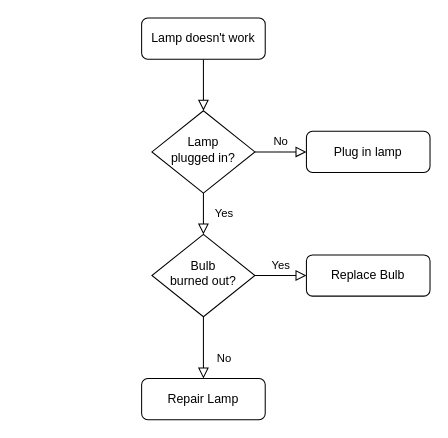
The draw.io diagram 제목 없는 다이어그램.drawio in ehdcjf/py-lecture, before the edit. Source tidied: cells renumbered, new cells numbered last; positions are measured from the earlier drawing's top-left corner, leaving out a move shared by most shapes. Both pictures are drawn from the tidied source at 103%, with x=0, y=0 at pixel (141, 18).
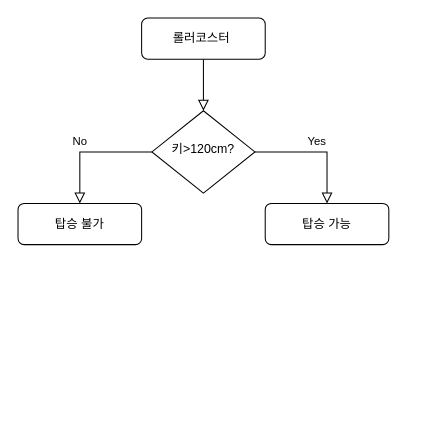
The same page after the edit.

Commit message (it also covers changes not shown here):
제목 없는 다이어그램.drawio 업데이트

Change to the diagram source:
```diff
@@
 <mxGraphModel>
   <root>
     <mxCell id="0" />
     <mxCell id="1" parent="0" />
     <mxCell id="2" style="rounded=0;html=1;jettySize=auto;fontSize=11;endArrow=block;endFill=0;endSize=8;strokeWidth=1;shadow=0;labelBackgroundColor=none;edgeStyle=orthogonalEdgeStyle;" parent="1" edge="1" source="3" target="6">
       <mxGeometry relative="1" as="geometry" />
     </mxCell>
-    <mxCell id="3" value="Lamp doesn't work" style="rounded=1;whiteSpace=wrap;html=1;fontSize=12;glass=0;strokeWidth=1;shadow=0;" parent="1" vertex="1">
+    <mxCell id="3" value="롤러코스터&amp;nbsp;" style="rounded=1;whiteSpace=wrap;html=1;fontSize=12;glass=0;strokeWidth=1;shadow=0;" parent="1" vertex="1">
       <mxGeometry width="120" height="40" as="geometry" />
     </mxCell>
-    <mxCell id="4" value="Yes" style="rounded=0;html=1;jettySize=auto;fontSize=11;endArrow=block;endFill=0;endSize=8;strokeWidth=1;shadow=0;labelBackgroundColor=none;edgeStyle=orthogonalEdgeStyle;" parent="1" edge="1" source="6" target="10">
-      <mxGeometry y="20" relative="1" as="geometry" />
-    </mxCell>
-    <mxCell id="5" value="No" style="edgeStyle=orthogonalEdgeStyle;rounded=0;html=1;jettySize=auto;fontSize=11;endArrow=block;endFill=0;endSize=8;strokeWidth=1;shadow=0;labelBackgroundColor=none;" parent="1" edge="1" source="6" target="7">
-      <mxGeometry y="10" relative="1" as="geometry" />
+    <mxCell id="5" value="No" style="edgeStyle=orthogonalEdgeStyle;rounded=0;html=1;jettySize=auto;fontSize=11;endArrow=block;endFill=0;endSize=8;strokeWidth=1;shadow=0;labelBackgroundColor=none;exitX=0;exitY=0.5;exitDx=0;exitDy=0;" parent="1" edge="1" source="6" target="7">
+      <mxGeometry x="0.17" y="-10" relative="1" as="geometry">
+        <mxPoint x="10" y="-10" as="offset" />
+      </mxGeometry>
     </mxCell>
-    <mxCell id="6" value="Lamp&lt;br&gt;plugged in?" style="rhombus;whiteSpace=wrap;html=1;shadow=0;fontFamily=Helvetica;fontSize=12;align=center;strokeWidth=1;spacing=6;spacingTop=-4;" parent="1" vertex="1">
+    <mxCell id="6" value="키&amp;gt;120cm?" style="rhombus;whiteSpace=wrap;html=1;shadow=0;fontFamily=Helvetica;fontSize=12;align=center;strokeWidth=1;spacing=6;spacingTop=-4;" parent="1" vertex="1">
       <mxGeometry x="10" y="90" width="100" height="80" as="geometry" />
     </mxCell>
-    <mxCell id="7" value="Plug in lamp" style="rounded=1;whiteSpace=wrap;html=1;fontSize=12;glass=0;strokeWidth=1;shadow=0;" parent="1" vertex="1">
-      <mxGeometry x="160" y="110" width="120" height="40" as="geometry" />
+    <mxCell id="7" value="탑승 불가" style="rounded=1;whiteSpace=wrap;html=1;fontSize=12;glass=0;strokeWidth=1;shadow=0;" parent="1" vertex="1">
+      <mxGeometry x="-120" y="180" width="120" height="40" as="geometry" />
     </mxCell>
-    <mxCell id="8" value="No" style="rounded=0;html=1;jettySize=auto;fontSize=11;endArrow=block;endFill=0;endSize=8;strokeWidth=1;shadow=0;labelBackgroundColor=none;edgeStyle=orthogonalEdgeStyle;" parent="1" edge="1" source="10" target="11">
-      <mxGeometry x="0.33" y="20" relative="1" as="geometry" />
-    </mxCell>
-    <mxCell id="9" value="Yes" style="edgeStyle=orthogonalEdgeStyle;rounded=0;html=1;jettySize=auto;fontSize=11;endArrow=block;endFill=0;endSize=8;strokeWidth=1;shadow=0;labelBackgroundColor=none;" parent="1" edge="1" source="10" target="12">
+    <mxCell id="9" value="Yes" style="edgeStyle=orthogonalEdgeStyle;rounded=0;html=1;jettySize=auto;fontSize=11;endArrow=block;endFill=0;endSize=8;strokeWidth=1;shadow=0;labelBackgroundColor=none;exitX=1;exitY=0.5;exitDx=0;exitDy=0;" parent="1" edge="1" source="6" target="12">
       <mxGeometry y="10" relative="1" as="geometry" />
     </mxCell>
-    <mxCell id="10" value="Bulb&lt;br&gt;burned out?" style="rhombus;whiteSpace=wrap;html=1;shadow=0;fontFamily=Helvetica;fontSize=12;align=center;strokeWidth=1;spacing=6;spacingTop=-4;" parent="1" vertex="1">
-      <mxGeometry x="10" y="210" width="100" height="80" as="geometry" />
-    </mxCell>
-    <mxCell id="11" value="Repair Lamp" style="rounded=1;whiteSpace=wrap;html=1;fontSize=12;glass=0;strokeWidth=1;shadow=0;" parent="1" vertex="1">
-      <mxGeometry y="350" width="120" height="40" as="geometry" />
-    </mxCell>
-    <mxCell id="12" value="Replace Bulb" style="rounded=1;whiteSpace=wrap;html=1;fontSize=12;glass=0;strokeWidth=1;shadow=0;" parent="1" vertex="1">
-      <mxGeometry x="160" y="230" width="120" height="40" as="geometry" />
+    <mxCell id="12" value="탑승 가능" style="rounded=1;whiteSpace=wrap;html=1;fontSize=12;glass=0;strokeWidth=1;shadow=0;" parent="1" vertex="1">
+      <mxGeometry x="120" y="180" width="120" height="40" as="geometry" />
     </mxCell>
   </root>
 </mxGraphModel>
```
